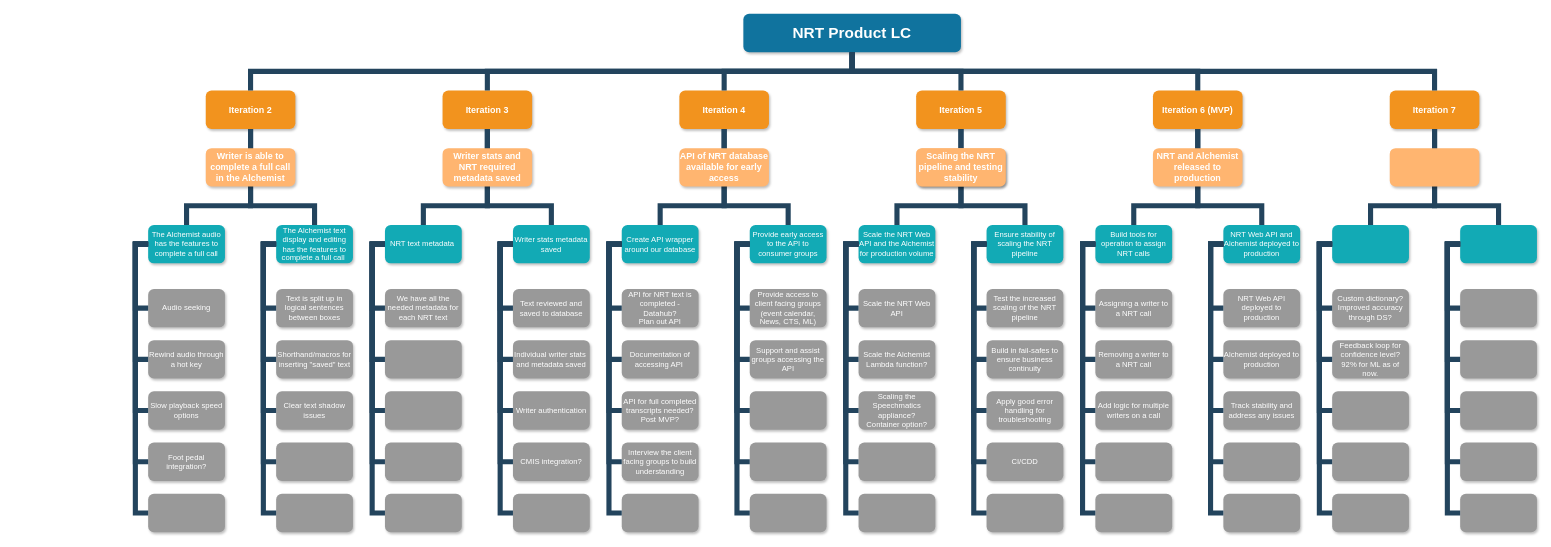
Before: Iteration mapping.drawio in hhlin-factset/NRT, a draw.io diagram. Source tidied: cells renumbered, new cells numbered last; positions are measured from the earlier drawing's top-left corner, leaving out a move shared by most shapes. Both pictures are drawn from the tidied source at 64%, with x=0, y=0 at pixel (135, 13).
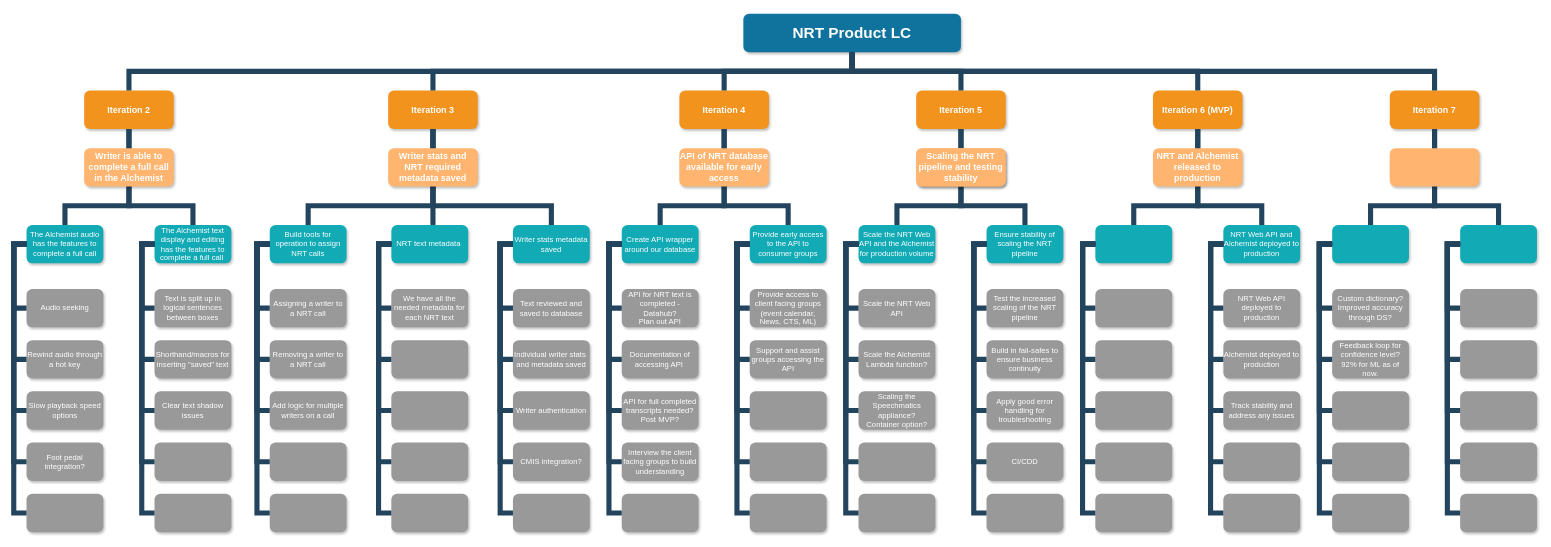
After the change.

Change to the diagram source:
```diff
@@
     <mxCell id="3" value="Iteration 2" style="whiteSpace=wrap;rounded=1;fillColor=#F2931E;strokeColor=none;shadow=1;fontColor=#FFFFFF;fontStyle=1;fontSize=14;" parent="1" vertex="1">
-      <mxGeometry x="110" y="120" width="140" height="60" as="geometry" />
+      <mxGeometry x="-80" y="120" width="140" height="60" as="geometry" />
     </mxCell>
     <mxCell id="4" value="Iteration 3" style="whiteSpace=wrap;rounded=1;fillColor=#F2931E;strokeColor=none;shadow=1;fontColor=#FFFFFF;fontStyle=1;fontSize=14;" parent="1" vertex="1">
-      <mxGeometry x="480" y="120" width="140" height="60" as="geometry" />
+      <mxGeometry x="395" y="120" width="140" height="60" as="geometry" />
     </mxCell>
@@
     <mxCell id="9" value="The Alchemist audio has the features to complete a full call" style="whiteSpace=wrap;rounded=1;fillColor=#12AAB5;strokeColor=none;shadow=1;fontColor=#FFFFFF;" parent="1" vertex="1">
-      <mxGeometry x="20" y="330" width="120" height="60" as="geometry" />
+      <mxGeometry x="-170" y="330" width="120" height="60" as="geometry" />
     </mxCell>
     <mxCell id="10" value="The Alchemist text display and editing has the features to complete a full call " style="whiteSpace=wrap;rounded=1;fillColor=#12AAB5;strokeColor=none;shadow=1;fontColor=#FFFFFF;" parent="1" vertex="1">
-      <mxGeometry x="220" y="330" width="120" height="60" as="geometry" />
+      <mxGeometry x="30" y="330" width="120" height="60" as="geometry" />
     </mxCell>
     <mxCell id="11" value="Audio seeking" style="whiteSpace=wrap;rounded=1;fillColor=#999999;strokeColor=none;shadow=1;fontColor=#FFFFFF;fontStyle=0;" parent="1" vertex="1">
-      <mxGeometry x="20" y="430" width="120" height="60" as="geometry" />
+      <mxGeometry x="-170" y="430" width="120" height="60" as="geometry" />
     </mxCell>
     <mxCell id="12" value="Rewind audio through a hot key" style="whiteSpace=wrap;rounded=1;fillColor=#999999;strokeColor=none;shadow=1;fontColor=#FFFFFF;fontStyle=0;" parent="1" vertex="1">
-      <mxGeometry x="20" y="510" width="120" height="60" as="geometry" />
+      <mxGeometry x="-170" y="510" width="120" height="60" as="geometry" />
     </mxCell>
     <mxCell id="13" value="Slow playback speed options" style="whiteSpace=wrap;rounded=1;fillColor=#999999;strokeColor=none;shadow=1;fontColor=#FFFFFF;fontStyle=0;" parent="1" vertex="1">
-      <mxGeometry x="20" y="590" width="120" height="60" as="geometry" />
+      <mxGeometry x="-170" y="590" width="120" height="60" as="geometry" />
     </mxCell>
     <mxCell id="14" value="Foot pedal integration?" style="whiteSpace=wrap;rounded=1;fillColor=#999999;strokeColor=none;shadow=1;fontColor=#FFFFFF;fontStyle=0;" parent="1" vertex="1">
-      <mxGeometry x="20" y="670" width="120" height="60" as="geometry" />
+      <mxGeometry x="-170" y="670" width="120" height="60" as="geometry" />
     </mxCell>
     <mxCell id="15" style="whiteSpace=wrap;rounded=1;fillColor=#999999;strokeColor=none;shadow=1;fontColor=#FFFFFF;fontStyle=0;" parent="1" vertex="1">
-      <mxGeometry x="20" y="750" width="120" height="60" as="geometry" />
+      <mxGeometry x="-170" y="750" width="120" height="60" as="geometry" />
     </mxCell>
     <mxCell id="16" value="Text is split up in logical sentences between boxes" style="whiteSpace=wrap;rounded=1;fillColor=#999999;strokeColor=none;shadow=1;fontColor=#FFFFFF;fontStyle=0;" parent="1" vertex="1">
-      <mxGeometry x="220" y="430" width="120" height="60" as="geometry" />
+      <mxGeometry x="30" y="430" width="120" height="60" as="geometry" />
     </mxCell>
     <mxCell id="17" value="Shorthand/macros for inserting &quot;saved&quot; text" style="whiteSpace=wrap;rounded=1;fillColor=#999999;strokeColor=none;shadow=1;fontColor=#FFFFFF;fontStyle=0;" parent="1" vertex="1">
-      <mxGeometry x="220" y="510" width="120" height="60" as="geometry" />
+      <mxGeometry x="30" y="510" width="120" height="60" as="geometry" />
     </mxCell>
     <mxCell id="18" value="Clear text shadow issues" style="whiteSpace=wrap;rounded=1;fillColor=#999999;strokeColor=none;shadow=1;fontColor=#FFFFFF;fontStyle=0;" parent="1" vertex="1">
-      <mxGeometry x="220" y="590" width="120" height="60" as="geometry" />
+      <mxGeometry x="30" y="590" width="120" height="60" as="geometry" />
     </mxCell>
     <mxCell id="19" style="whiteSpace=wrap;rounded=1;fillColor=#999999;strokeColor=none;shadow=1;fontColor=#FFFFFF;fontStyle=0;" parent="1" vertex="1">
-      <mxGeometry x="220" y="670" width="120" height="60" as="geometry" />
+      <mxGeometry x="30" y="670" width="120" height="60" as="geometry" />
     </mxCell>
     <mxCell id="20" style="whiteSpace=wrap;rounded=1;fillColor=#999999;strokeColor=none;shadow=1;fontColor=#FFFFFF;fontStyle=0;" parent="1" vertex="1">
-      <mxGeometry x="220" y="750" width="120" height="60" as="geometry" />
+      <mxGeometry x="30" y="750" width="120" height="60" as="geometry" />
     </mxCell>
     <mxCell id="21" value="NRT text metadata " style="whiteSpace=wrap;rounded=1;fillColor=#12AAB5;strokeColor=none;shadow=1;fontColor=#FFFFFF;" parent="1" vertex="1">
-      <mxGeometry x="390" y="330" width="120" height="60" as="geometry" />
+      <mxGeometry x="400" y="330" width="120" height="60" as="geometry" />
     </mxCell>
@@
     <mxCell id="23" value="We have all the needed metadata for each NRT text" style="whiteSpace=wrap;rounded=1;fillColor=#999999;strokeColor=none;shadow=1;fontColor=#FFFFFF;fontStyle=0;" parent="1" vertex="1">
-      <mxGeometry x="390" y="430" width="120" height="60" as="geometry" />
+      <mxGeometry x="400" y="430" width="120" height="60" as="geometry" />
     </mxCell>
     <mxCell id="24" style="whiteSpace=wrap;rounded=1;fillColor=#999999;strokeColor=none;shadow=1;fontColor=#FFFFFF;fontStyle=0;" parent="1" vertex="1">
-      <mxGeometry x="390" y="510" width="120" height="60" as="geometry" />
+      <mxGeometry x="400" y="510" width="120" height="60" as="geometry" />
     </mxCell>
     <mxCell id="25" style="whiteSpace=wrap;rounded=1;fillColor=#999999;strokeColor=none;shadow=1;fontColor=#FFFFFF;fontStyle=0;" parent="1" vertex="1">
-      <mxGeometry x="390" y="590" width="120" height="60" as="geometry" />
+      <mxGeometry x="400" y="590" width="120" height="60" as="geometry" />
     </mxCell>
     <mxCell id="26" style="whiteSpace=wrap;rounded=1;fillColor=#999999;strokeColor=none;shadow=1;fontColor=#FFFFFF;fontStyle=0;" parent="1" vertex="1">
-      <mxGeometry x="390" y="670" width="120" height="60" as="geometry" />
+      <mxGeometry x="400" y="670" width="120" height="60" as="geometry" />
     </mxCell>
     <mxCell id="27" style="whiteSpace=wrap;rounded=1;fillColor=#999999;strokeColor=none;shadow=1;fontColor=#FFFFFF;fontStyle=0;" parent="1" vertex="1">
-      <mxGeometry x="390" y="750" width="120" height="60" as="geometry" />
+      <mxGeometry x="400" y="750" width="120" height="60" as="geometry" />
     </mxCell>
@@
     <mxCell id="33" style="edgeStyle=elbowEdgeStyle;elbow=vertical;rounded=0;fontColor=#000000;endArrow=none;endFill=0;strokeWidth=8;strokeColor=#23445D;" parent="1" edge="1" source="3" target="9">
       <mxGeometry relative="1" as="geometry">
         <Array as="points">
-          <mxPoint x="180" y="300" />
+          <mxPoint x="-10" y="300" />
         </Array>
       </mxGeometry>
     </mxCell>
     <mxCell id="34" style="edgeStyle=elbowEdgeStyle;elbow=vertical;rounded=0;fontColor=#000000;endArrow=none;endFill=0;strokeWidth=8;strokeColor=#23445D;" parent="1" edge="1" source="3" target="10">
       <mxGeometry relative="1" as="geometry">
         <Array as="points">
-          <mxPoint x="180" y="300" />
+          <mxPoint x="-10" y="300" />
         </Array>
       </mxGeometry>
     </mxCell>
     <mxCell id="35" style="edgeStyle=elbowEdgeStyle;elbow=horizontal;rounded=0;fontColor=#000000;endArrow=none;endFill=0;strokeWidth=8;strokeColor=#23445D;" parent="1" edge="1" source="9" target="11">
       <mxGeometry relative="1" as="geometry">
         <Array as="points">
-          <mxPoint y="410" />
+          <mxPoint x="-190" y="410" />
         </Array>
       </mxGeometry>
     </mxCell>
     <mxCell id="36" style="edgeStyle=elbowEdgeStyle;elbow=horizontal;rounded=0;fontColor=#000000;endArrow=none;endFill=0;strokeWidth=8;strokeColor=#23445D;" parent="1" edge="1" source="9" target="12">
       <mxGeometry relative="1" as="geometry">
         <Array as="points">
-          <mxPoint y="430" />
+          <mxPoint x="-190" y="430" />
         </Array>
       </mxGeometry>
     </mxCell>
     <mxCell id="37" style="edgeStyle=elbowEdgeStyle;elbow=horizontal;rounded=0;fontColor=#000000;endArrow=none;endFill=0;strokeWidth=8;strokeColor=#23445D;" parent="1" edge="1" source="9" target="15">
       <mxGeometry relative="1" as="geometry">
         <Array as="points">
-          <mxPoint y="570" />
+          <mxPoint x="-190" y="570" />
         </Array>
       </mxGeometry>
     </mxCell>
     <mxCell id="38" style="edgeStyle=elbowEdgeStyle;elbow=horizontal;rounded=0;fontColor=#000000;endArrow=none;endFill=0;strokeWidth=8;strokeColor=#23445D;" parent="1" edge="1" source="9" target="14">
       <mxGeometry relative="1" as="geometry">
         <Array as="points">
-          <mxPoint y="440" />
+          <mxPoint x="-190" y="440" />
         </Array>
       </mxGeometry>
     </mxCell>
     <mxCell id="39" style="edgeStyle=elbowEdgeStyle;elbow=horizontal;rounded=0;fontColor=#000000;endArrow=none;endFill=0;strokeWidth=8;strokeColor=#23445D;" parent="1" edge="1" source="9" target="13">
       <mxGeometry relative="1" as="geometry">
         <Array as="points">
-          <mxPoint y="460" />
+          <mxPoint x="-190" y="460" />
         </Array>
       </mxGeometry>
     </mxCell>
     <mxCell id="40" style="edgeStyle=elbowEdgeStyle;elbow=horizontal;rounded=0;fontColor=#000000;endArrow=none;endFill=0;strokeWidth=8;strokeColor=#23445D;" parent="1" edge="1" target="16">
       <mxGeometry relative="1" as="geometry">
-        <mxPoint x="210" y="360" as="sourcePoint" />
+        <mxPoint x="20" y="360" as="sourcePoint" />
         <Array as="points">
-          <mxPoint x="200" y="410" />
+          <mxPoint x="10" y="410" />
         </Array>
       </mxGeometry>
     </mxCell>
     <mxCell id="41" style="edgeStyle=elbowEdgeStyle;elbow=horizontal;rounded=0;fontColor=#000000;endArrow=none;endFill=0;strokeWidth=8;strokeColor=#23445D;" parent="1" edge="1" source="10" target="17">
       <mxGeometry relative="1" as="geometry">
         <Array as="points">
-          <mxPoint x="200" y="450" />
+          <mxPoint x="10" y="450" />
         </Array>
       </mxGeometry>
     </mxCell>
     <mxCell id="42" style="edgeStyle=elbowEdgeStyle;elbow=horizontal;rounded=0;fontColor=#000000;endArrow=none;endFill=0;strokeWidth=8;strokeColor=#23445D;" parent="1" edge="1" source="10" target="20">
       <mxGeometry relative="1" as="geometry">
         <Array as="points">
-          <mxPoint x="200" y="570" />
+          <mxPoint x="10" y="570" />
         </Array>
       </mxGeometry>
     </mxCell>
     <mxCell id="43" style="edgeStyle=elbowEdgeStyle;elbow=horizontal;rounded=0;fontColor=#000000;endArrow=none;endFill=0;strokeWidth=8;strokeColor=#23445D;" parent="1" edge="1" source="10" target="19">
       <mxGeometry relative="1" as="geometry">
         <Array as="points">
-          <mxPoint x="200" y="530" />
+          <mxPoint x="10" y="530" />
         </Array>
       </mxGeometry>
     </mxCell>
     <mxCell id="44" style="edgeStyle=elbowEdgeStyle;elbow=horizontal;rounded=0;fontColor=#000000;endArrow=none;endFill=0;strokeWidth=8;strokeColor=#23445D;" parent="1" edge="1" source="10" target="18">
       <mxGeometry relative="1" as="geometry">
         <Array as="points">
-          <mxPoint x="200" y="490" />
+          <mxPoint x="10" y="490" />
         </Array>
       </mxGeometry>
     </mxCell>
-    <mxCell id="45" style="edgeStyle=elbowEdgeStyle;elbow=vertical;rounded=0;fontColor=#000000;endArrow=none;endFill=0;strokeWidth=8;strokeColor=#23445D;" parent="1" edge="1" source="4" target="21">
+    <mxCell id="45" style="edgeStyle=elbowEdgeStyle;elbow=vertical;rounded=0;fontColor=#000000;endArrow=none;endFill=0;strokeWidth=8;strokeColor=#23445D;" parent="1" edge="1" source="4">
       <mxGeometry relative="1" as="geometry">
+        <mxPoint x="465" y="330" as="targetPoint" />
         <Array as="points">
-          <mxPoint x="550" y="300" />
+          <mxPoint x="465" y="320" />
+          <mxPoint x="565" y="300" />
         </Array>
       </mxGeometry>
     </mxCell>
@@
     <mxCell id="47" style="edgeStyle=elbowEdgeStyle;elbow=horizontal;rounded=0;fontColor=#000000;endArrow=none;endFill=0;strokeWidth=8;strokeColor=#23445D;" parent="1" edge="1" source="21" target="23">
       <mxGeometry relative="1" as="geometry">
         <Array as="points">
-          <mxPoint x="370" y="410" />
+          <mxPoint x="380" y="410" />
         </Array>
       </mxGeometry>
     </mxCell>
     <mxCell id="48" style="edgeStyle=elbowEdgeStyle;elbow=horizontal;rounded=0;fontColor=#000000;endArrow=none;endFill=0;strokeWidth=8;strokeColor=#23445D;" parent="1" edge="1" source="21" target="24">
       <mxGeometry relative="1" as="geometry">
         <Array as="points">
-          <mxPoint x="370" y="450" />
+          <mxPoint x="380" y="450" />
         </Array>
       </mxGeometry>
     </mxCell>
     <mxCell id="49" style="edgeStyle=elbowEdgeStyle;elbow=horizontal;rounded=0;fontColor=#000000;endArrow=none;endFill=0;strokeWidth=8;strokeColor=#23445D;" parent="1" edge="1" source="21" target="27">
       <mxGeometry relative="1" as="geometry">
         <Array as="points">
-          <mxPoint x="370" y="580" />
+          <mxPoint x="380" y="580" />
         </Array>
       </mxGeometry>
     </mxCell>
     <mxCell id="50" style="edgeStyle=elbowEdgeStyle;elbow=horizontal;rounded=0;fontColor=#000000;endArrow=none;endFill=0;strokeWidth=8;strokeColor=#23445D;" parent="1" edge="1" source="21" target="26">
       <mxGeometry relative="1" as="geometry">
         <Array as="points">
-          <mxPoint x="370" y="530" />
+          <mxPoint x="380" y="530" />
         </Array>
       </mxGeometry>
     </mxCell>
     <mxCell id="51" style="edgeStyle=elbowEdgeStyle;elbow=horizontal;rounded=0;fontColor=#000000;endArrow=none;endFill=0;strokeWidth=8;strokeColor=#23445D;" parent="1" edge="1" source="21" target="25">
       <mxGeometry relative="1" as="geometry">
         <Array as="points">
-          <mxPoint x="370" y="500" />
+          <mxPoint x="380" y="500" />
         </Array>
       </mxGeometry>
     </mxCell>
@@
-    <mxCell id="101" value="Build tools for operation to assign NRT calls" style="whiteSpace=wrap;rounded=1;fillColor=#12AAB5;strokeColor=none;shadow=1;fontColor=#FFFFFF;" parent="1" vertex="1">
+    <mxCell id="101" style="whiteSpace=wrap;rounded=1;fillColor=#12AAB5;strokeColor=none;shadow=1;fontColor=#FFFFFF;" parent="1" vertex="1">
       <mxGeometry x="1500" y="330" width="120" height="60" as="geometry" />
     </mxCell>
@@
-    <mxCell id="103" value="Assigning a writer to a NRT call" style="whiteSpace=wrap;rounded=1;fillColor=#999999;strokeColor=none;shadow=1;fontColor=#FFFFFF;fontStyle=0;" parent="1" vertex="1">
+    <mxCell id="103" style="whiteSpace=wrap;rounded=1;fillColor=#999999;strokeColor=none;shadow=1;fontColor=#FFFFFF;fontStyle=0;" parent="1" vertex="1">
       <mxGeometry x="1500" y="430" width="120" height="60" as="geometry" />
     </mxCell>
-    <mxCell id="104" value="Removing a writer to a NRT call" style="whiteSpace=wrap;rounded=1;fillColor=#999999;strokeColor=none;shadow=1;fontColor=#FFFFFF;fontStyle=0;" parent="1" vertex="1">
+    <mxCell id="104" style="whiteSpace=wrap;rounded=1;fillColor=#999999;strokeColor=none;shadow=1;fontColor=#FFFFFF;fontStyle=0;" parent="1" vertex="1">
       <mxGeometry x="1500" y="510" width="120" height="60" as="geometry" />
     </mxCell>
-    <mxCell id="105" value="Add logic for multiple writers on a call" style="whiteSpace=wrap;rounded=1;fillColor=#999999;strokeColor=none;shadow=1;fontColor=#FFFFFF;fontStyle=0;" parent="1" vertex="1">
+    <mxCell id="105" style="whiteSpace=wrap;rounded=1;fillColor=#999999;strokeColor=none;shadow=1;fontColor=#FFFFFF;fontStyle=0;" parent="1" vertex="1">
       <mxGeometry x="1500" y="590" width="120" height="60" as="geometry" />
     </mxCell>
@@
     <mxCell id="159" value="Writer is able to complete a full call in the Alchemist" style="whiteSpace=wrap;rounded=1;fillColor=#FFB570;strokeColor=none;shadow=1;fontColor=#FFFFFF;fontStyle=1;fontSize=14;" parent="1" vertex="1">
-      <mxGeometry x="110" y="210" width="140" height="60" as="geometry" />
+      <mxGeometry x="-80" y="210" width="140" height="60" as="geometry" />
     </mxCell>
-    <mxCell id="160" value="Writer stats and NRT required metadata saved" style="whiteSpace=wrap;rounded=1;fillColor=#FFB570;strokeColor=none;shadow=1;fontColor=#FFFFFF;fontStyle=1;fontSize=14;" parent="1" vertex="1">
-      <mxGeometry x="480" y="210" width="140" height="60" as="geometry" />
-    </mxCell>
@@
+    <mxCell id="166" value="Build tools for operation to assign NRT calls" style="whiteSpace=wrap;rounded=1;fillColor=#12AAB5;strokeColor=none;shadow=1;fontColor=#FFFFFF;" parent="1" vertex="1">
+      <mxGeometry x="210" y="330" width="120" height="60" as="geometry" />
+    </mxCell>
+    <mxCell id="167" value="Assigning a writer to a NRT call" style="whiteSpace=wrap;rounded=1;fillColor=#999999;strokeColor=none;shadow=1;fontColor=#FFFFFF;fontStyle=0;" parent="1" vertex="1">
+      <mxGeometry x="210" y="430" width="120" height="60" as="geometry" />
+    </mxCell>
+    <mxCell id="168" value="Removing a writer to a NRT call" style="whiteSpace=wrap;rounded=1;fillColor=#999999;strokeColor=none;shadow=1;fontColor=#FFFFFF;fontStyle=0;" parent="1" vertex="1">
+      <mxGeometry x="210" y="510" width="120" height="60" as="geometry" />
+    </mxCell>
+    <mxCell id="169" value="Add logic for multiple writers on a call" style="whiteSpace=wrap;rounded=1;fillColor=#999999;strokeColor=none;shadow=1;fontColor=#FFFFFF;fontStyle=0;" parent="1" vertex="1">
+      <mxGeometry x="210" y="590" width="120" height="60" as="geometry" />
+    </mxCell>
+    <mxCell id="170" style="whiteSpace=wrap;rounded=1;fillColor=#999999;strokeColor=none;shadow=1;fontColor=#FFFFFF;fontStyle=0;" parent="1" vertex="1">
+      <mxGeometry x="210" y="670" width="120" height="60" as="geometry" />
+    </mxCell>
+    <mxCell id="171" style="whiteSpace=wrap;rounded=1;fillColor=#999999;strokeColor=none;shadow=1;fontColor=#FFFFFF;fontStyle=0;" parent="1" vertex="1">
+      <mxGeometry x="210" y="750" width="120" height="60" as="geometry" />
+    </mxCell>
+    <mxCell id="172" style="edgeStyle=elbowEdgeStyle;elbow=horizontal;rounded=0;fontColor=#000000;endArrow=none;endFill=0;strokeWidth=8;strokeColor=#23445D;" parent="1" edge="1" source="166" target="167">
+      <mxGeometry relative="1" as="geometry">
+        <Array as="points">
+          <mxPoint x="190" y="410" />
+        </Array>
+      </mxGeometry>
+    </mxCell>
+    <mxCell id="173" style="edgeStyle=elbowEdgeStyle;elbow=horizontal;rounded=0;fontColor=#000000;endArrow=none;endFill=0;strokeWidth=8;strokeColor=#23445D;" parent="1" edge="1" source="166" target="168">
+      <mxGeometry relative="1" as="geometry">
+        <Array as="points">
+          <mxPoint x="190" y="450" />
+        </Array>
+      </mxGeometry>
+    </mxCell>
+    <mxCell id="174" style="edgeStyle=elbowEdgeStyle;elbow=horizontal;rounded=0;fontColor=#000000;endArrow=none;endFill=0;strokeWidth=8;strokeColor=#23445D;" parent="1" edge="1" source="166" target="171">
+      <mxGeometry relative="1" as="geometry">
+        <Array as="points">
+          <mxPoint x="190" y="580" />
+        </Array>
+      </mxGeometry>
+    </mxCell>
+    <mxCell id="175" style="edgeStyle=elbowEdgeStyle;elbow=horizontal;rounded=0;fontColor=#000000;endArrow=none;endFill=0;strokeWidth=8;strokeColor=#23445D;" parent="1" edge="1" source="166" target="170">
+      <mxGeometry relative="1" as="geometry">
+        <Array as="points">
+          <mxPoint x="190" y="530" />
+        </Array>
+      </mxGeometry>
+    </mxCell>
+    <mxCell id="176" style="edgeStyle=elbowEdgeStyle;elbow=horizontal;rounded=0;fontColor=#000000;endArrow=none;endFill=0;strokeWidth=8;strokeColor=#23445D;" parent="1" edge="1" source="166" target="169">
+      <mxGeometry relative="1" as="geometry">
+        <Array as="points">
+          <mxPoint x="190" y="500" />
+        </Array>
+      </mxGeometry>
+    </mxCell>
+    <mxCell id="177" style="edgeStyle=elbowEdgeStyle;elbow=vertical;rounded=0;fontColor=#000000;endArrow=none;endFill=0;strokeWidth=8;strokeColor=#23445D;exitX=0.5;exitY=1;exitDx=0;exitDy=0;" parent="1" edge="1" source="4" target="166">
+      <mxGeometry relative="1" as="geometry">
+        <Array as="points">
+          <mxPoint x="380" y="300" />
+        </Array>
+      </mxGeometry>
+    </mxCell>
+    <mxCell id="160" value="Writer stats and NRT required metadata saved" style="whiteSpace=wrap;rounded=1;fillColor=#FFB570;strokeColor=none;shadow=1;fontColor=#FFFFFF;fontStyle=1;fontSize=14;" parent="1" vertex="1">
+      <mxGeometry x="395" y="210" width="140" height="60" as="geometry" />
+    </mxCell>
```
